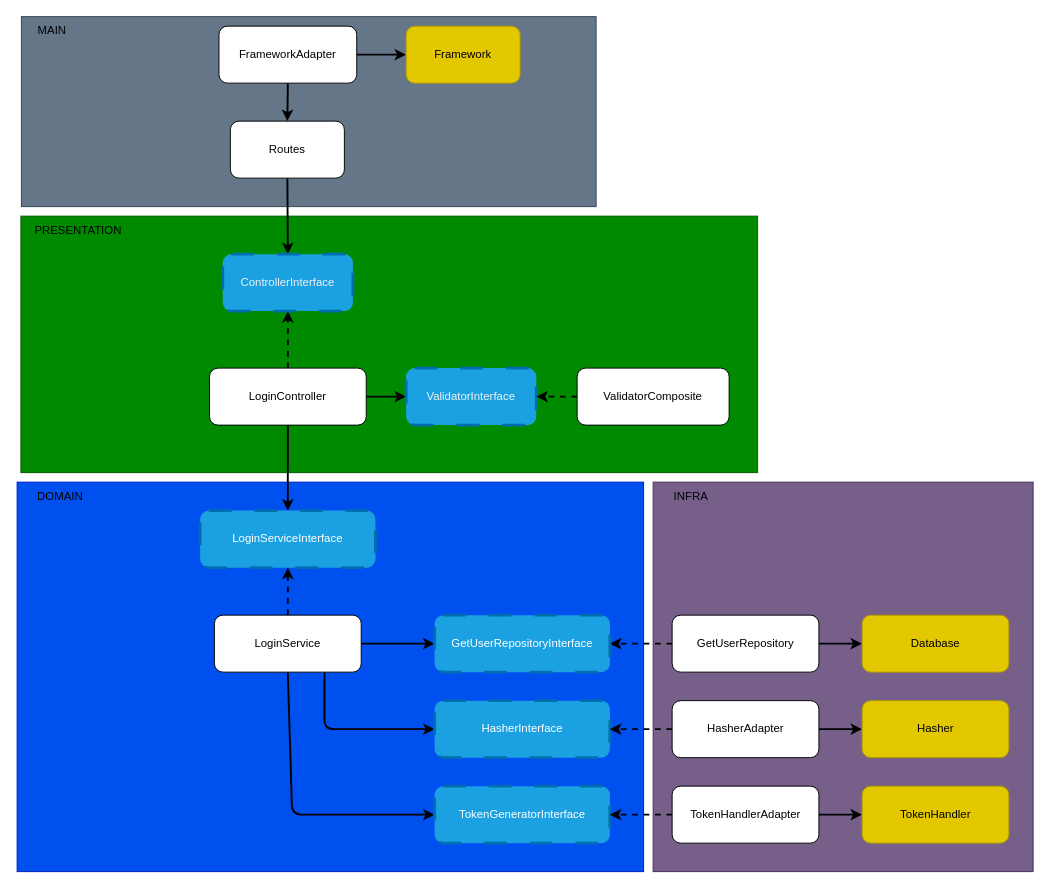
The draw.io diagram diagrams/login.drawio in DouglasVolcato/node-tdd-clean-architecture, before the edit. Source tidied: cells renumbered, new cells numbered last; positions are measured from the earlier drawing's top-left corner, leaving out a move shared by most shapes. Both pictures are drawn from the tidied source at 95%, with x=0, y=0 at pixel (16, 16).
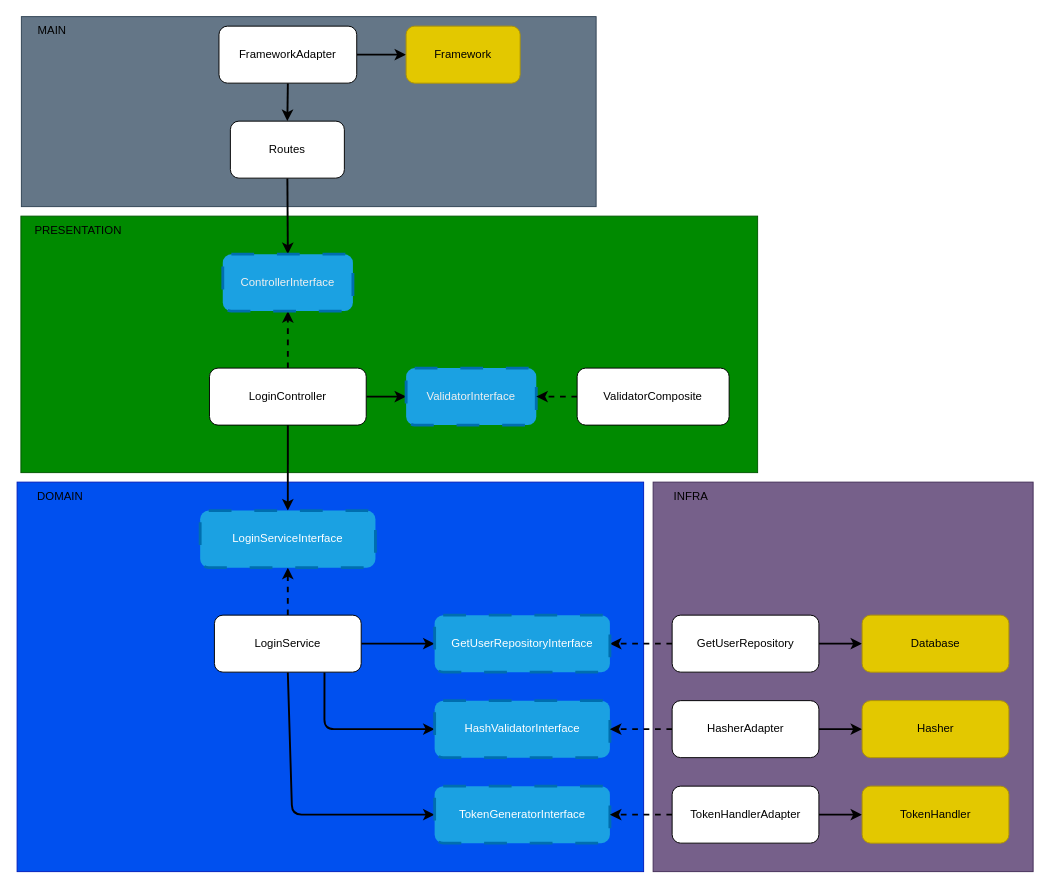
The same page after the edit.

Commit message:
chore: implement diagram

Change to the diagram source:
```diff
@@
-    <mxCell id="35" value="HasherInterface" style="rounded=1;whiteSpace=wrap;html=1;dashed=1;dashPattern=8 8;strokeWidth=3;fillColor=#1ba1e2;fontColor=#ffffff;strokeColor=#006EAF;" parent="1" vertex="1">
+    <mxCell id="35" value="HashValidatorInterface" style="rounded=1;whiteSpace=wrap;html=1;dashed=1;dashPattern=8 8;strokeWidth=3;fillColor=#1ba1e2;fontColor=#ffffff;strokeColor=#006EAF;" parent="1" vertex="1">
       <mxGeometry x="440" y="720" width="184.5" height="60" as="geometry" />
     </mxCell>
```
